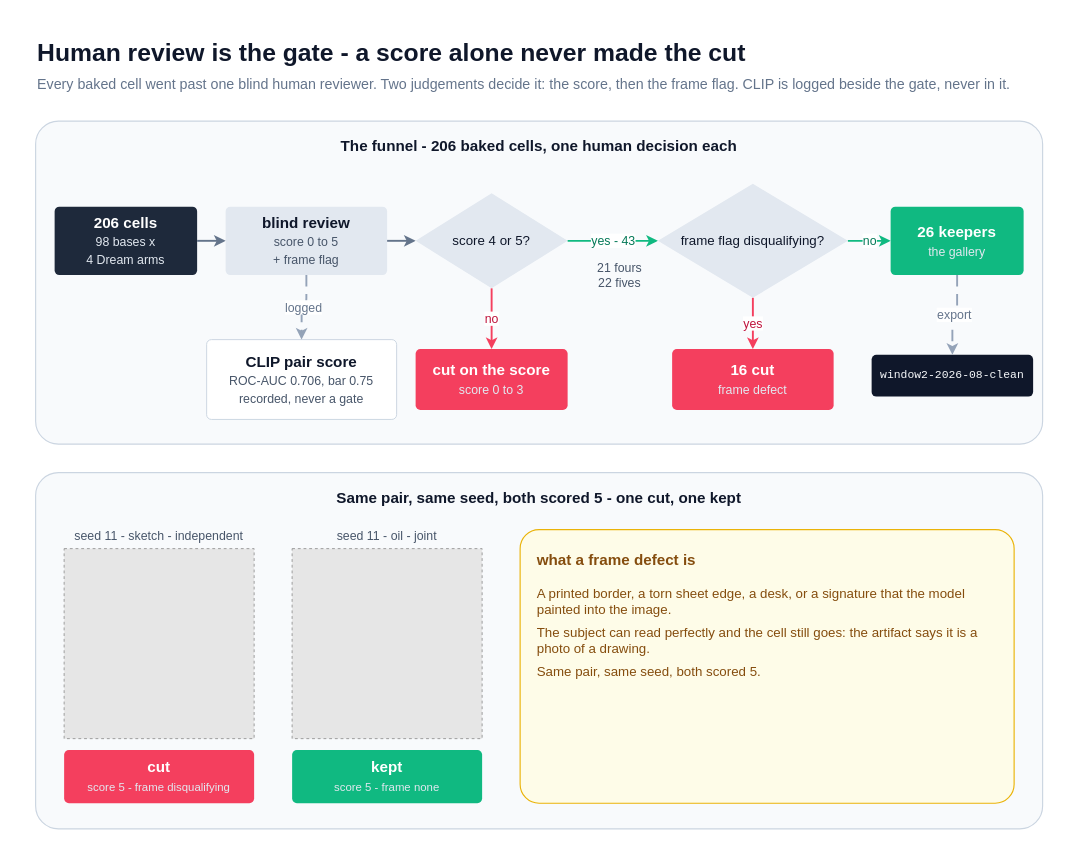
Portocolom-Studio/potocolom keeps this draw.io diagram as docs/figures/review.drawio. Above is the earlier version. Source tidied: cells renumbered, new cells numbered last; positions are measured from the earlier drawing's top-left corner, leaving out a move shared by most shapes. Both pictures are drawn from the tidied source at 95%, with x=0, y=0 at pixel (16, 16). Pictures stored in the file or linked from it are replaced by grey dashed boxes.
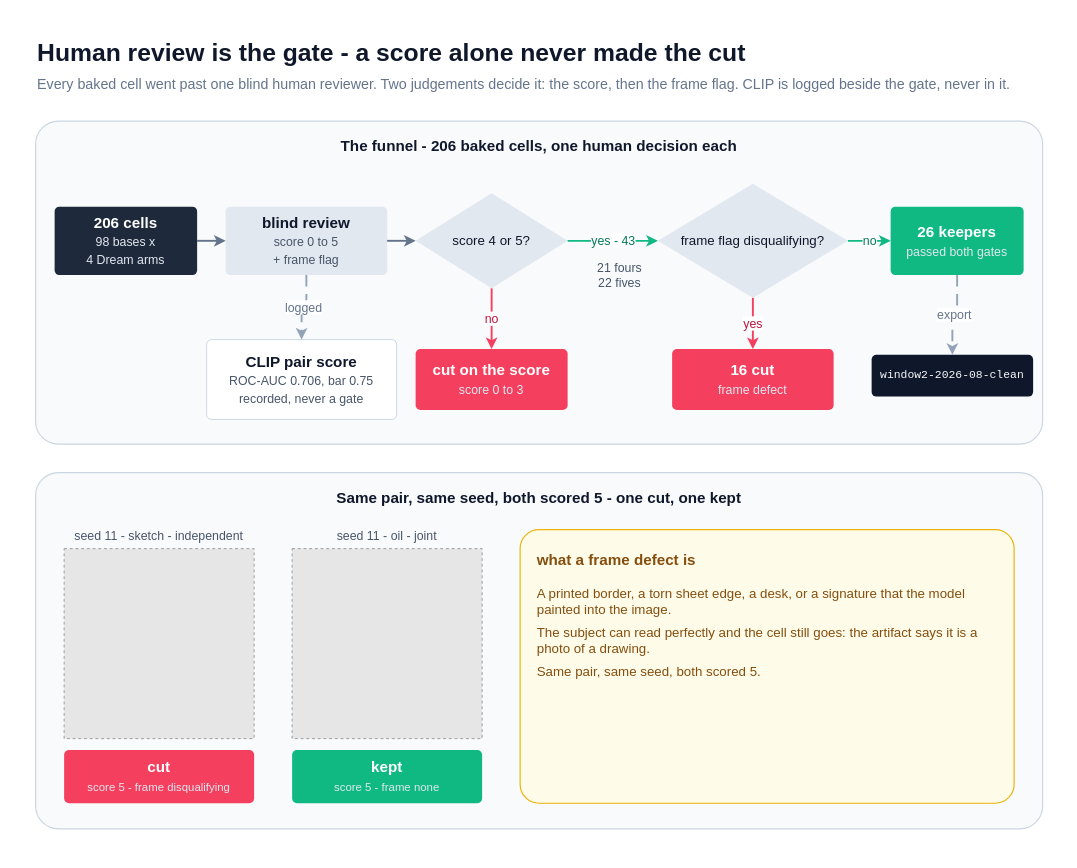
After the change.

Change to the diagram source:
```diff
@@
-    <mxCell id="10" value="&lt;b&gt;26 keepers&lt;/b&gt;&lt;br&gt;&lt;span style=&quot;font-size:13px;font-weight:normal;color:#e2e8f0&quot;&gt;the gallery&lt;/span&gt;" style="rounded=1;absoluteArcSize=1;arcSize=10;whiteSpace=wrap;html=1;fillColor=#10b981;strokeColor=none;fontFamily=Helvetica;fontSize=16;fontColor=#ffffff;align=center;spacingLeft=8;spacingRight=8;" parent="1" vertex="1">
+    <mxCell id="10" value="&lt;b&gt;26 keepers&lt;/b&gt;&lt;br&gt;&lt;span style=&quot;font-size:13px;font-weight:normal;color:#e2e8f0&quot;&gt;passed both gates&lt;/span&gt;" style="rounded=1;absoluteArcSize=1;arcSize=10;whiteSpace=wrap;html=1;fillColor=#10b981;strokeColor=none;fontFamily=Helvetica;fontSize=16;fontColor=#ffffff;align=center;spacingLeft=8;spacingRight=8;" parent="1" vertex="1">
       <mxGeometry x="920" y="200" width="140" height="72" as="geometry" />
     </mxCell>
```
